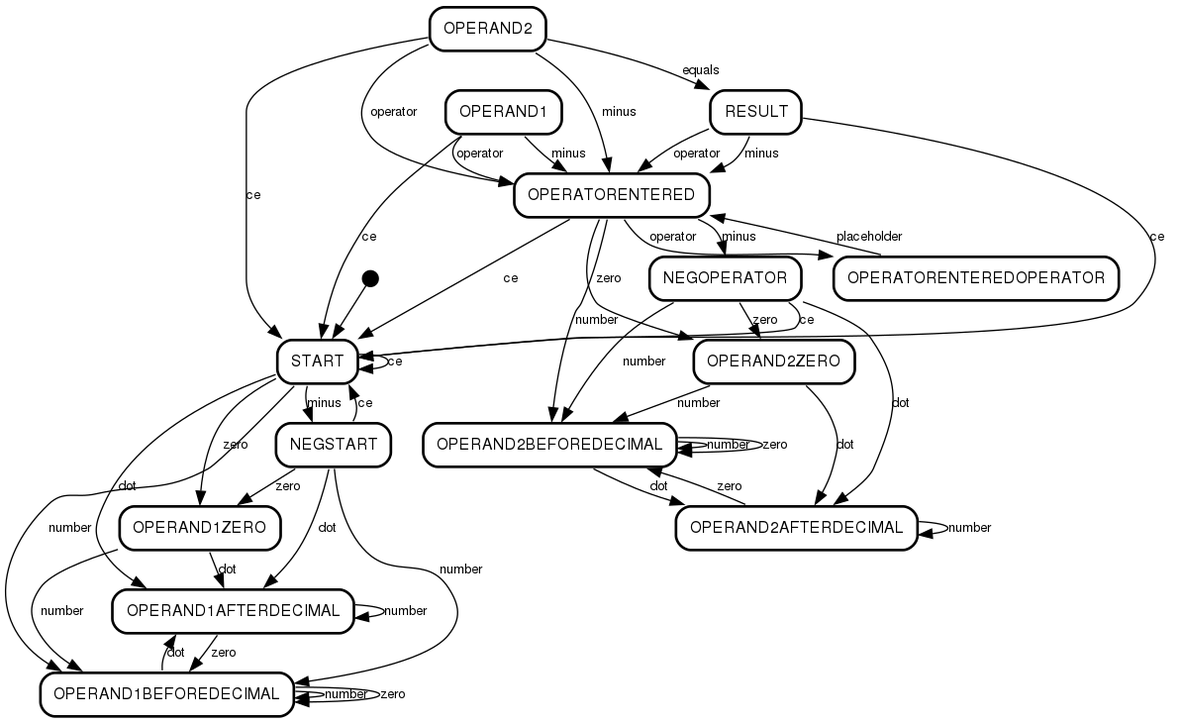
diegoperezm/simple-machine-config-xstate keeps this Graphviz diagram as examples/calc/statecharts/graph.png. Above is the earlier version. Its source is kept beside it as examples/calc/statecharts/graph.dot.
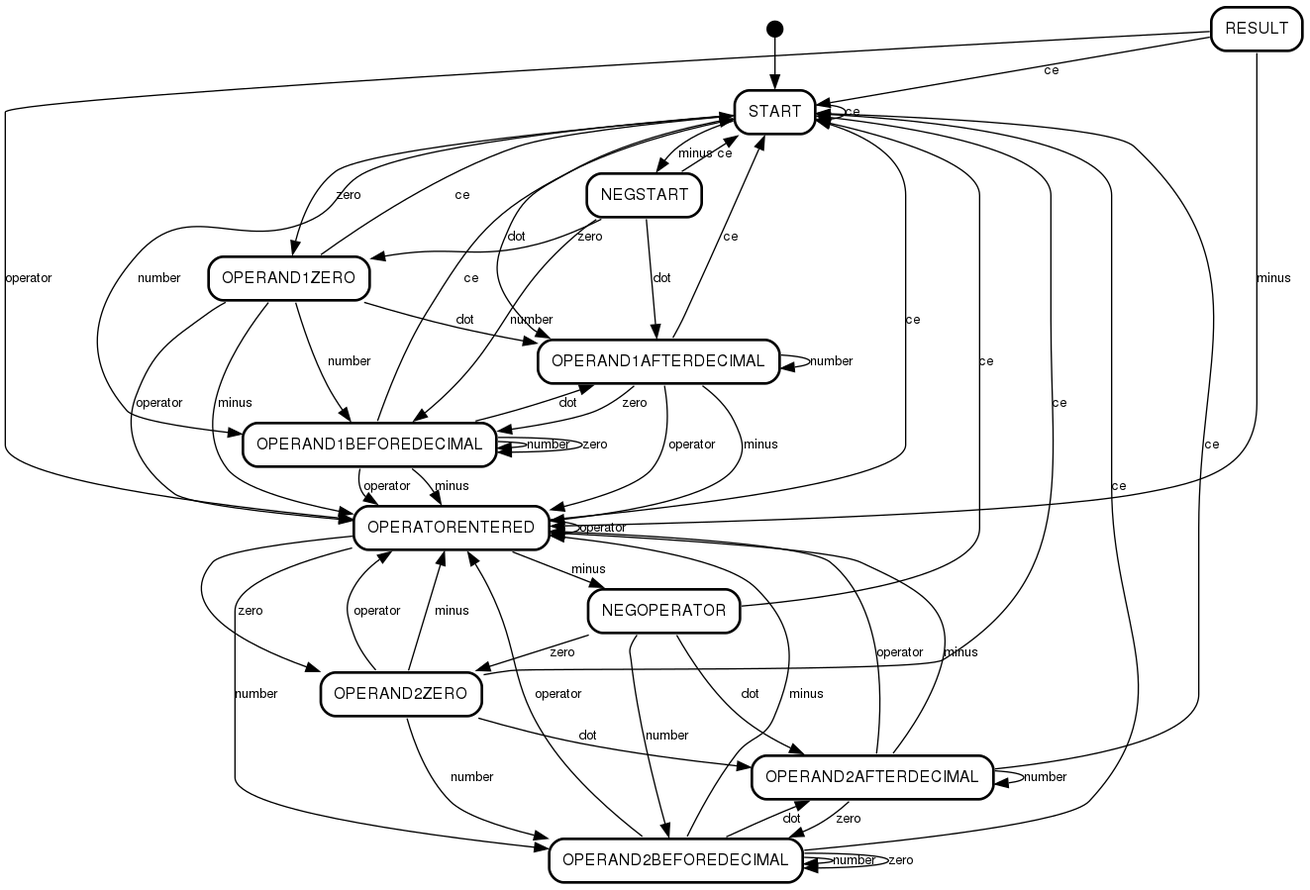
The same diagram one commit later.

Commit message:
Modify first calculator diagram (no nested states)

What changed in the source:
```diff
@@ -39,11 +39,6 @@
         <tr><td width="48" cellpadding="7">OPERATORENTERED</td></tr>
       </table>
     >]
-    "OPERAND1" [margin=0 label= <
-      <table align="center" cellborder="0" border="2" style="rounded" width="48">
-        <tr><td width="48" cellpadding="7">OPERAND1</td></tr>
-      </table>
-    >]
     "OPERAND2ZERO" [margin=0 label= <
       <table align="center" cellborder="0" border="2" style="rounded" width="48">
         <tr><td width="48" cellpadding="7">OPERAND2ZERO</td></tr>
@@ -52,11 +47,6 @@
     "OPERAND2BEFOREDECIMAL" [margin=0 label= <
       <table align="center" cellborder="0" border="2" style="rounded" width="48">
         <tr><td width="48" cellpadding="7">OPERAND2BEFOREDECIMAL</td></tr>
-      </table>
-    >]
-    "OPERATORENTEREDOPERATOR" [margin=0 label= <
-      <table align="center" cellborder="0" border="2" style="rounded" width="48">
-        <tr><td width="48" cellpadding="7">OPERATORENTEREDOPERATOR</td></tr>
       </table>
     >]
     "NEGOPERATOR" [margin=0 label= <
@@ -69,11 +59,6 @@
         <tr><td width="48" cellpadding="7">OPERAND2AFTERDECIMAL</td></tr>
       </table>
     >]
-    "OPERAND2" [margin=0 label= <
-      <table align="center" cellborder="0" border="2" style="rounded" width="48">
-        <tr><td width="48" cellpadding="7">OPERAND2</td></tr>
-      </table>
-    >]
 
     "initial" -> "START" [label=" "]
     "START" -> "OPERAND1AFTERDECIMAL" [label="dot   \l"]
@@ -84,14 +69,20 @@
     "RESULT" -> "OPERATORENTERED" [label="operator   \l"]
     "RESULT" -> "OPERATORENTERED" [label="minus   \l"]
     "RESULT" -> "START" [label="ce   \l"]
-    "OPERAND1" -> "START" [label="ce   \l"]
-    "OPERAND1" -> "OPERATORENTERED" [label="operator   \l"]
-    "OPERAND1" -> "OPERATORENTERED" [label="minus   \l"]
+    "OPERAND1ZERO" -> "OPERATORENTERED" [label="operator   \l"]
+    "OPERAND1ZERO" -> "OPERATORENTERED" [label="minus   \l"]
+    "OPERAND1ZERO" -> "START" [label="ce   \l"]
     "OPERAND1ZERO" -> "OPERAND1BEFOREDECIMAL" [label="number   \l"]
     "OPERAND1ZERO" -> "OPERAND1AFTERDECIMAL" [label="dot   \l"]
+    "OPERAND1BEFOREDECIMAL" -> "START" [label="ce   \l"]
+    "OPERAND1BEFOREDECIMAL" -> "OPERATORENTERED" [label="operator   \l"]
+    "OPERAND1BEFOREDECIMAL" -> "OPERATORENTERED" [label="minus   \l"]
     "OPERAND1BEFOREDECIMAL" -> "OPERAND1BEFOREDECIMAL" [label="number   \l"]
     "OPERAND1BEFOREDECIMAL" -> "OPERAND1BEFOREDECIMAL" [label="zero   \l"]
     "OPERAND1BEFOREDECIMAL" -> "OPERAND1AFTERDECIMAL" [label="dot   \l"]
+    "OPERAND1AFTERDECIMAL" -> "START" [label="ce   \l"]
+    "OPERAND1AFTERDECIMAL" -> "OPERATORENTERED" [label="operator   \l"]
+    "OPERAND1AFTERDECIMAL" -> "OPERATORENTERED" [label="minus   \l"]
     "OPERAND1AFTERDECIMAL" -> "OPERAND1AFTERDECIMAL" [label="number   \l"]
     "OPERAND1AFTERDECIMAL" -> "OPERAND1BEFOREDECIMAL" [label="zero   \l"]
     "NEGSTART" -> "OPERAND1BEFOREDECIMAL" [label="number   \l"]
@@ -101,22 +92,26 @@
     "OPERATORENTERED" -> "START" [label="ce   \l"]
     "OPERATORENTERED" -> "OPERAND2ZERO" [label="zero   \l"]
     "OPERATORENTERED" -> "OPERAND2BEFOREDECIMAL" [label="number   \l"]
-    "OPERATORENTERED" -> "OPERATORENTEREDOPERATOR" [label="operator   \l"]
+    "OPERATORENTERED" -> "OPERATORENTERED" [label="operator   \l"]
     "OPERATORENTERED" -> "NEGOPERATOR" [label="minus   \l"]
-    "OPERATORENTEREDOPERATOR" -> "OPERATORENTERED" [label="placeholder   \l"]
     "NEGOPERATOR" -> "OPERAND2BEFOREDECIMAL" [label="number   \l"]
     "NEGOPERATOR" -> "OPERAND2ZERO" [label="zero   \l"]
     "NEGOPERATOR" -> "OPERAND2AFTERDECIMAL" [label="dot   \l"]
     "NEGOPERATOR" -> "START" [label="ce   \l"]
-    "OPERAND2" -> "START" [label="ce   \l"]
-    "OPERAND2" -> "OPERATORENTERED" [label="operator   \l"]
-    "OPERAND2" -> "OPERATORENTERED" [label="minus   \l"]
-    "OPERAND2" -> "RESULT" [label="equals   \l"]
+    "OPERAND2ZERO" -> "OPERATORENTERED" [label="operator   \l"]
+    "OPERAND2ZERO" -> "OPERATORENTERED" [label="minus   \l"]
+    "OPERAND2ZERO" -> "START" [label="ce   \l"]
     "OPERAND2ZERO" -> "OPERAND2BEFOREDECIMAL" [label="number   \l"]
     "OPERAND2ZERO" -> "OPERAND2AFTERDECIMAL" [label="dot   \l"]
+    "OPERAND2BEFOREDECIMAL" -> "START" [label="ce   \l"]
+    "OPERAND2BEFOREDECIMAL" -> "OPERATORENTERED" [label="operator   \l"]
+    "OPERAND2BEFOREDECIMAL" -> "OPERATORENTERED" [label="minus   \l"]
     "OPERAND2BEFOREDECIMAL" -> "OPERAND2BEFOREDECIMAL" [label="number   \l"]
     "OPERAND2BEFOREDECIMAL" -> "OPERAND2BEFOREDECIMAL" [label="zero   \l"]
     "OPERAND2BEFOREDECIMAL" -> "OPERAND2AFTERDECIMAL" [label="dot   \l"]
+    "OPERAND2AFTERDECIMAL" -> "START" [label="ce   \l"]
+    "OPERAND2AFTERDECIMAL" -> "OPERATORENTERED" [label="operator   \l"]
+    "OPERAND2AFTERDECIMAL" -> "OPERATORENTERED" [label="minus   \l"]
     "OPERAND2AFTERDECIMAL" -> "OPERAND2AFTERDECIMAL" [label="number   \l"]
     "OPERAND2AFTERDECIMAL" -> "OPERAND2BEFOREDECIMAL" [label="zero   \l"]
 }
```
